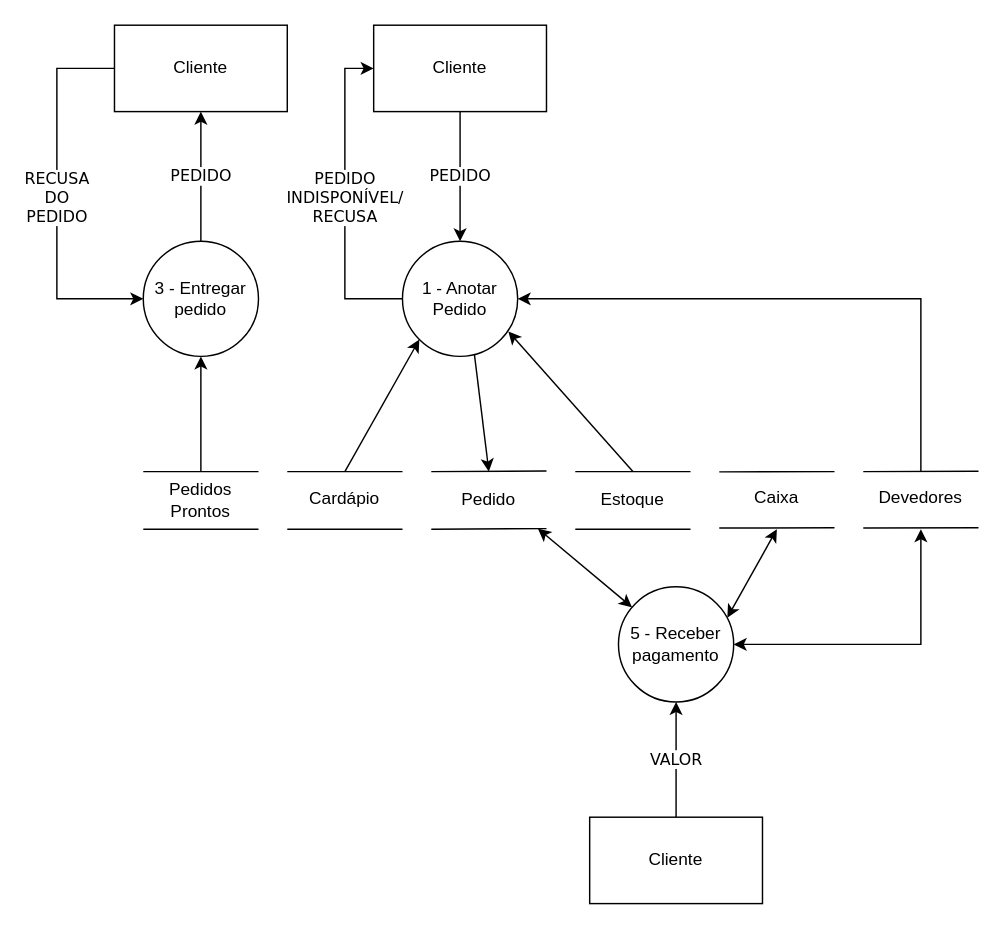
Earlier version of the draw.io diagram docs/Prof_Christiane/ATENDIMENTO/DFD_ATENDIMENTO.drawio (Darienzo08/ope_ads). Source tidied: cells renumbered, new cells numbered last; positions are measured from the earlier drawing's top-left corner, leaving out a move shared by most shapes. Both pictures are drawn from the tidied source at 144%, with x=0, y=0 at pixel (56, 24).
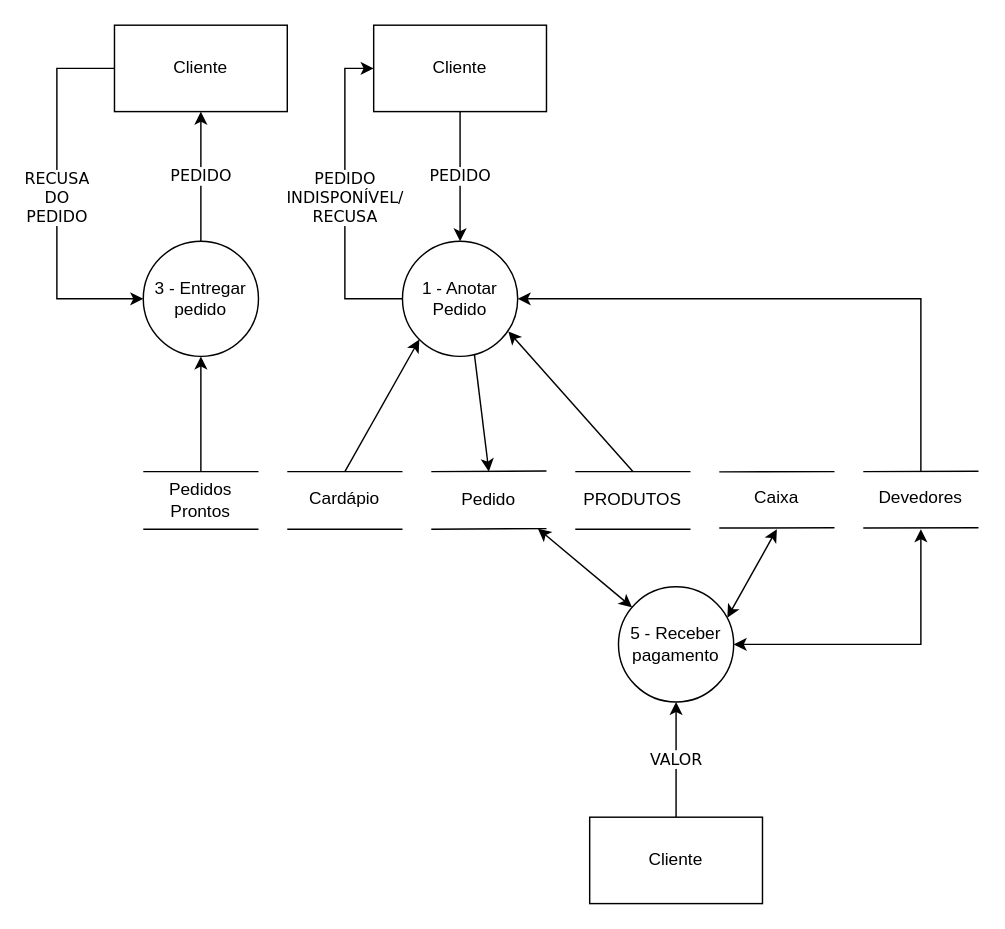
The same page after the edit.

Commit message (it also covers changes not shown here):
25.03.2020 atualizacao-dfd-atendimento

Diff of the diagram source:
```diff
@@
-    <mxCell id="15" value="Estoque" style="text;html=1;strokeColor=none;fillColor=none;align=center;verticalAlign=middle;whiteSpace=wrap;rounded=0;" parent="1" vertex="1">
+    <mxCell id="15" value="PRODUTOS" style="text;html=1;strokeColor=none;fillColor=none;align=center;verticalAlign=middle;whiteSpace=wrap;rounded=0;" parent="1" vertex="1">
       <mxGeometry x="360" y="320" width="80" height="20" as="geometry" />
     </mxCell>
```
